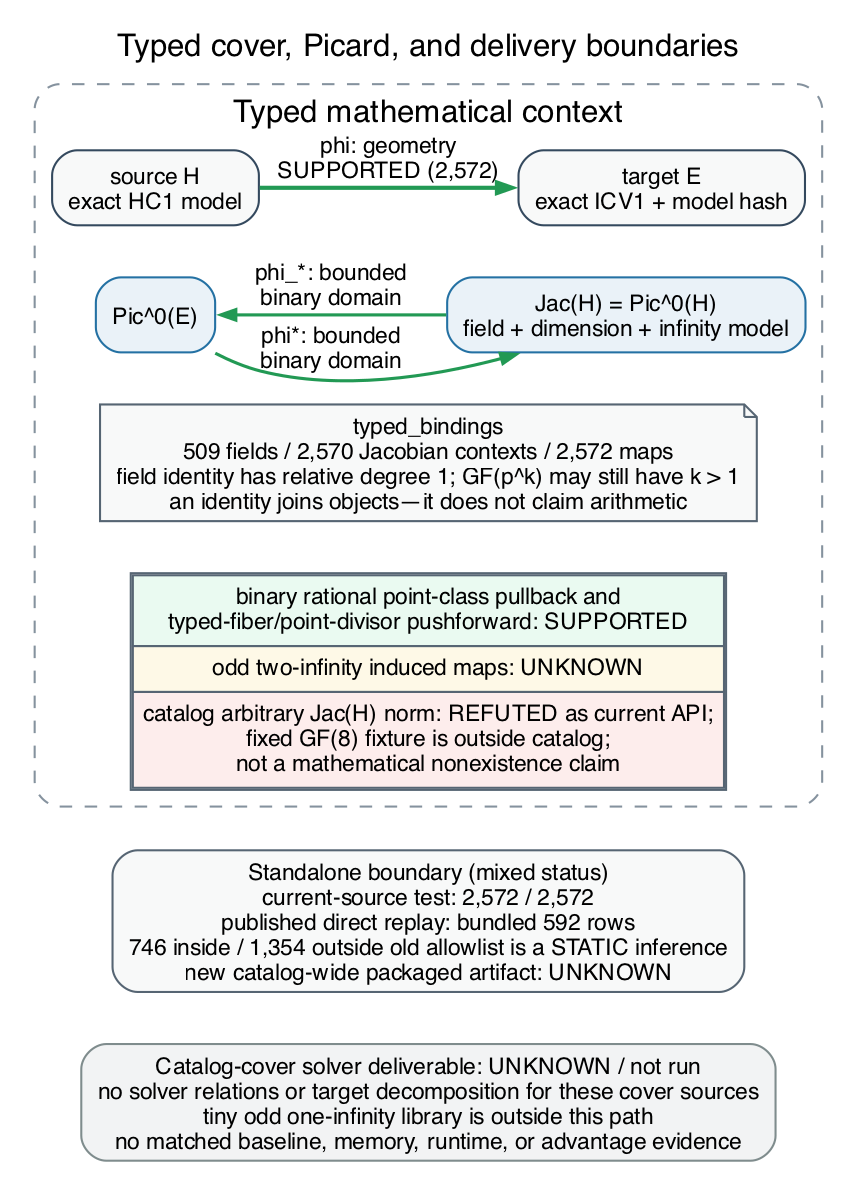
Before: research/cover_transfer_assessment_20261013/typed_transfer_context.png, a diagram exported from Graphviz (isogeny-labs/crypto). Its source is kept beside it as research/cover_transfer_assessment_20261013/typed_transfer_context.dot.
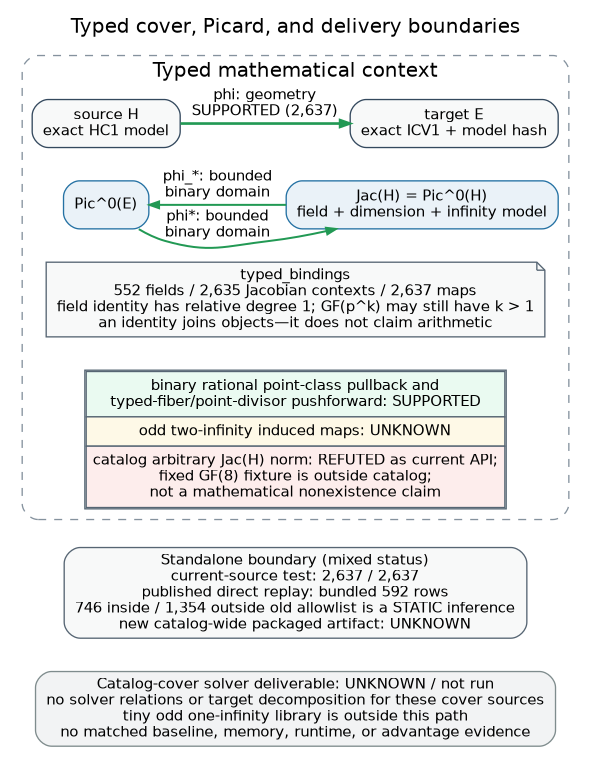
The same file after the commit.

What changed in the source:
```diff
@@ -25,7 +25,7 @@
     jac_h [label="Jac(H) = Pic^0(H)\nfield + dimension + infinity model", fillcolor="#eaf2f8", color="#2471a3"];
 
     binding_note [
-      label="typed_bindings\n509 fields / 2,570 Jacobian contexts / 2,572 maps\nfield identity has relative degree 1; GF(p^k) may still have k > 1\nan identity joins objects—it does not claim arithmetic",
+      label="typed_bindings\n552 fields / 2,635 Jacobian contexts / 2,637 maps\nfield identity has relative degree 1; GF(p^k) may still have k > 1\nan identity joins objects—it does not claim arithmetic",
       shape=note,
       fillcolor="#f8f9f9",
       color="#566573"
@@ -43,7 +43,7 @@
 
     { rank=same; source_h; target_e; }
     { rank=same; pic_e; jac_h; }
-    source_h -> target_e [label="phi: geometry\nSUPPORTED (2,572)", color="#229954", penwidth=2];
+    source_h -> target_e [label="phi: geometry\nSUPPORTED (2,637)", color="#229954", penwidth=2];
     pic_e -> jac_h [label="phi*: bounded\nbinary domain", color="#229954", penwidth=1.5];
     jac_h -> pic_e [label="phi_*: bounded\nbinary domain", color="#229954", penwidth=1.5, constraint=false];
     source_h -> pic_e [style="invis", weight=50];
@@ -54,7 +54,7 @@
   }
 
   package [
-    label="Standalone boundary (mixed status)\ncurrent-source test: 2,572 / 2,572\npublished direct replay: bundled 592 rows\n746 inside / 1,354 outside old allowlist is a STATIC inference\nnew catalog-wide packaged artifact: UNKNOWN",
+    label="Standalone boundary (mixed status)\ncurrent-source test: 2,637 / 2,637\npublished direct replay: bundled 592 rows\n746 inside / 1,354 outside old allowlist is a STATIC inference\nnew catalog-wide packaged artifact: UNKNOWN",
     fillcolor="#f8f9f9",
     color="#566573"
   ];
```
